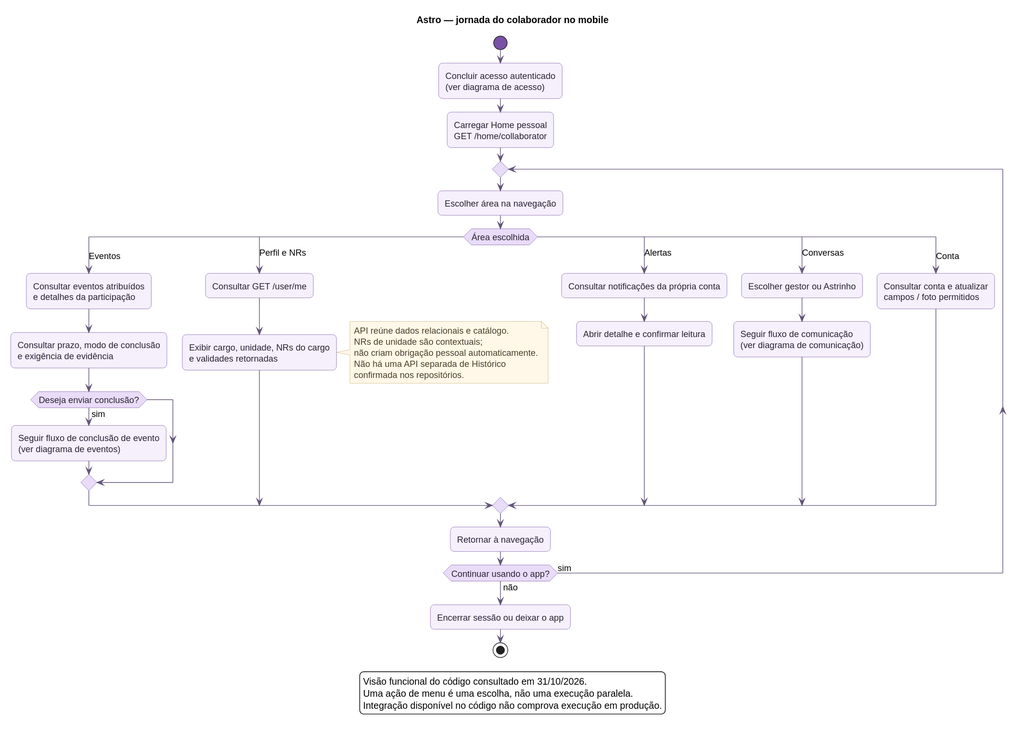
Earlier version of the PlantUML export diagrams/rendered/fluxo_funcionario.svg (Astro-Inter/astro-eqs-diagrams).
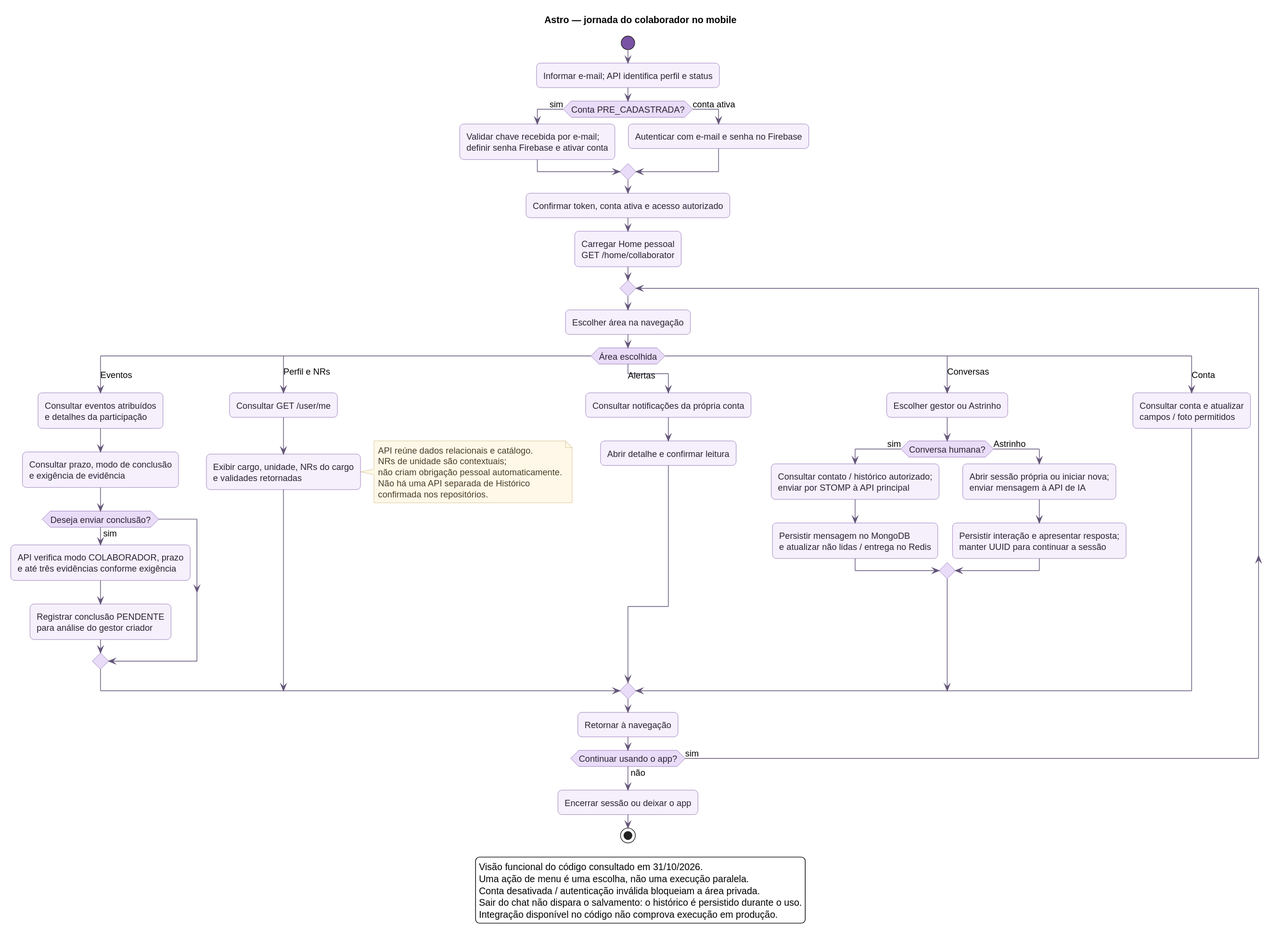
Later version of the same file.

What changed in the source:
```diff
@@ -3,7 +3,13 @@
 !include estilo.iuml
 title Astro — jornada do colaborador no mobile
 start
-:Concluir acesso autenticado\n(ver diagrama de acesso);
+:Informar e-mail; API identifica perfil e status;
+if (Conta PRE_CADASTRADA?) then (sim)
+  :Validar chave recebida por e-mail;\ndefinir senha Firebase e ativar conta;
+else (conta ativa)
+  :Autenticar com e-mail e senha no Firebase;
+endif
+:Confirmar token, conta ativa e acesso autorizado;
 :Carregar Home pessoal\nGET /home/collaborator;
 repeat
   :Escolher área na navegação;
@@ -12,7 +18,8 @@
     :Consultar eventos atribuídos\ne detalhes da participação;
     :Consultar prazo, modo de conclusão\ne exigência de evidência;
     if (Deseja enviar conclusão?) then (sim)
-      :Seguir fluxo de conclusão de evento\n(ver diagrama de eventos);
+      :API verifica modo COLABORADOR, prazo\ne até três evidências conforme exigência;
+      :Registrar conclusão PENDENTE\npara análise do gestor criador;
     endif
   case (Perfil e NRs)
     :Consultar GET /user/me;
@@ -29,7 +36,13 @@
     :Abrir detalhe e confirmar leitura;
   case (Conversas)
     :Escolher gestor ou Astrinho;
-    :Seguir fluxo de comunicação\n(ver diagrama de comunicação);
+    if (Conversa humana?) then (sim)
+      :Consultar contato / histórico autorizado;\nenviar por STOMP à API principal;
+      :Persistir mensagem no MongoDB\ne atualizar não lidas / entrega no Redis;
+    else (Astrinho)
+      :Abrir sessão própria ou iniciar nova;\nenviar mensagem à API de IA;
+      :Persistir interação e apresentar resposta;\nmanter UUID para continuar a sessão;
+    endif
   case (Conta)
     :Consultar conta e atualizar\ncampos / foto permitidos;
   endswitch
@@ -40,6 +53,8 @@
 legend bottom
   Visão funcional do código consultado em 31/10/2026.
   Uma ação de menu é uma escolha, não uma execução paralela.
+  Conta desativada / autenticação inválida bloqueiam a área privada.
+  Sair do chat não dispara o salvamento: o histórico é persistido durante o uso.
   Integração disponível no código não comprova execução em produção.
 endlegend
 @enduml
```
